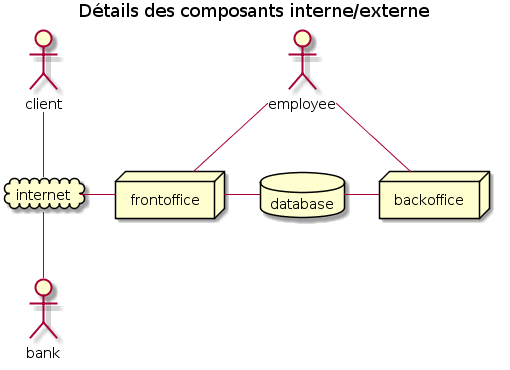
freezed/ocp6 keeps this PlantUML diagram as component.png. Above is the earlier version. Its diagram source:
```plantuml
@startuml
title Détails des composants interne/externe


actor client
actor employee
actor bank

cloud internet

node frontoffice
node backoffice

database database


client -down- internet
bank -up- internet
internet - frontoffice
employee -down- frontoffice
employee - backoffice

frontoffice - database
database - backoffice
@enduml
```
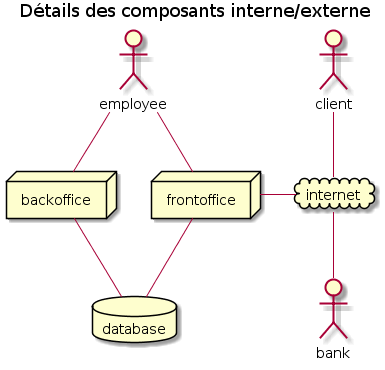
Above is the later version.

Change to the diagram source:
```diff
@@ -16,10 +16,10 @@
 
 client -down- internet
 bank -up- internet
-internet - frontoffice
+internet -left- frontoffice
 employee -down- frontoffice
 employee - backoffice
 
-frontoffice - database
-database - backoffice
+frontoffice -down- database
+database -up- backoffice
 @enduml
```
